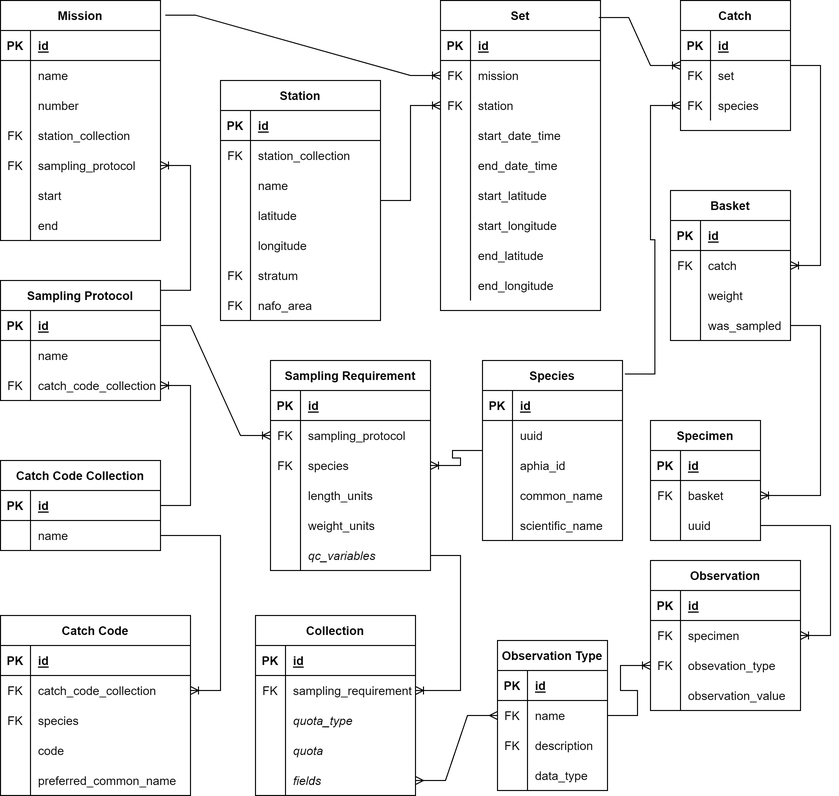
Earlier version of the draw.io export ANDES-TechReport-EN/figures/erd_ecosystem_survey.png (dfo-gulf-science/ANDES-description-report-2023). Source tidied: cells renumbered, new cells last; positions are measured from the earlier drawing's top-left corner, leaving out a move shared by most shapes.
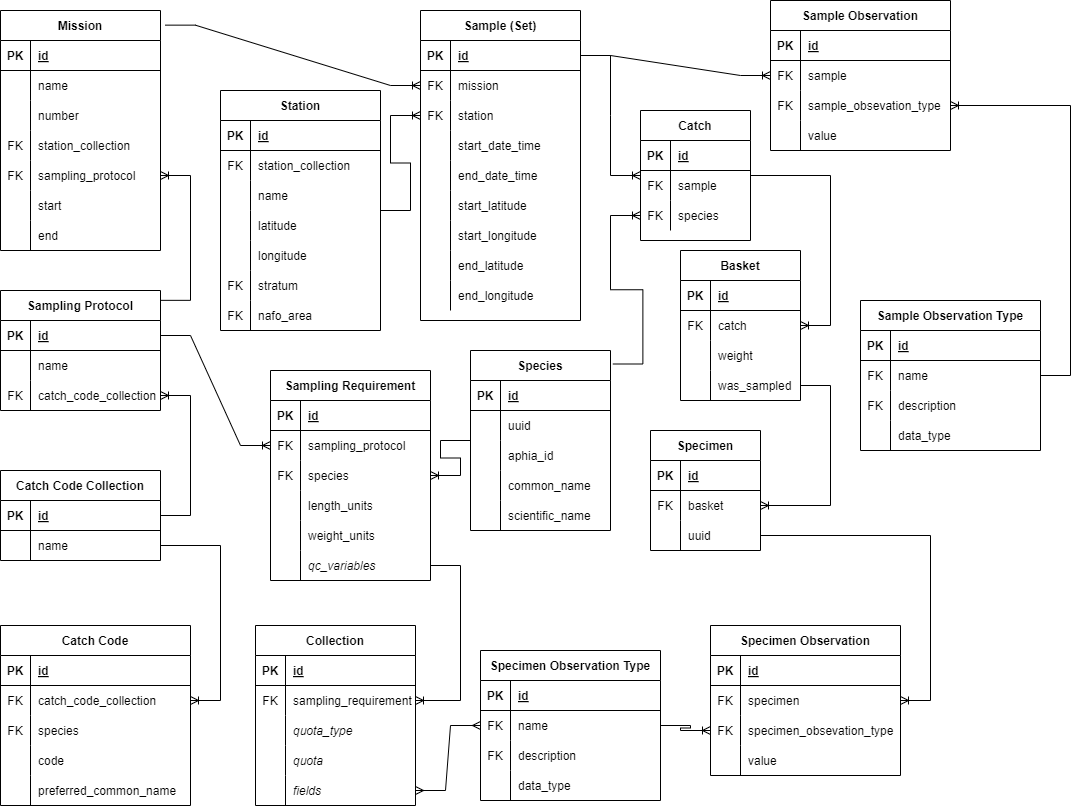
The same file after the commit.

Change to the diagram source:
```diff
@@ -5,8 +5,8 @@
     <mxCell id="2" style="fontSize=12;html=1;endArrow=ERoneToMany;rounded=0;elbow=vertical;edgeStyle=entityRelationEdgeStyle;entryX=0;entryY=0.5;entryDx=0;entryDy=0;exitX=1.03;exitY=0.061;exitDx=0;exitDy=0;exitPerimeter=0;" parent="1" edge="1" source="44" target="7">
       <mxGeometry relative="1" as="geometry" />
     </mxCell>
-    <mxCell id="3" value="Set" style="shape=table;startSize=30;rowLines=0;fontStyle=1;align=center;" parent="1" vertex="1">
-      <mxGeometry x="440" width="160" height="310" as="geometry" />
+    <mxCell id="3" value="Sample (Set)" style="shape=table;startSize=30;rowLines=0;fontStyle=1;align=center;" parent="1" vertex="1">
+      <mxGeometry x="420" width="160" height="310" as="geometry" />
     </mxCell>
     <mxCell id="4" style="shape=partialRectangle;fillColor=none;points=[[0,0.5],[1,0.5]];portConstraint=eastwest;top=0;left=0;right=0;bottom=1;" parent="3" vertex="1">
       <mxGeometry y="30" width="160" height="30" as="geometry" />
@@ -90,7 +90,7 @@
       <mxGeometry x="30" width="130" height="30" as="geometry" />
     </mxCell>
     <mxCell id="31" value="Basket" style="shape=table;startSize=30;rowLines=0;fontStyle=1;align=center;" parent="1" vertex="1">
-      <mxGeometry x="670" y="190" width="120" height="150" as="geometry" />
+      <mxGeometry x="680" y="240" width="120" height="150" as="geometry" />
     </mxCell>
     <mxCell id="32" style="shape=partialRectangle;fillColor=none;top=0;left=0;right=0;bottom=1;" parent="31" vertex="1">
       <mxGeometry y="30" width="120" height="30" as="geometry" />
@@ -225,7 +225,7 @@
       <mxGeometry x="30" width="80" height="30" as="geometry" />
     </mxCell>
     <mxCell id="76" value="Catch" style="shape=table;startSize=30;rowLines=0;fontStyle=1;align=center;" parent="1" vertex="1">
-      <mxGeometry x="680" width="110" height="130" as="geometry" />
+      <mxGeometry x="640" y="100" width="110" height="130" as="geometry" />
     </mxCell>
     <mxCell id="77" style="shape=partialRectangle;fillColor=none;top=0;left=0;right=0;bottom=1;" parent="76" vertex="1">
       <mxGeometry y="30" width="110" height="30" as="geometry" />
@@ -242,7 +242,7 @@
     <mxCell id="81" value="FK" style="shape=partialRectangle;overflow=hidden;fillColor=none;top=0;left=0;bottom=0;right=0;" parent="80" vertex="1">
       <mxGeometry width="30" height="30" as="geometry" />
     </mxCell>
-    <mxCell id="82" value="set" style="shape=partialRectangle;overflow=hidden;fillColor=none;top=0;left=0;bottom=0;right=0;align=left;spacingLeft=6;" parent="80" vertex="1">
+    <mxCell id="82" value="sample" style="shape=partialRectangle;overflow=hidden;fillColor=none;top=0;left=0;bottom=0;right=0;align=left;spacingLeft=6;" parent="80" vertex="1">
       <mxGeometry x="30" width="80" height="30" as="geometry" />
     </mxCell>
     <mxCell id="83" style="shape=partialRectangle;fillColor=none;points=[[0,0.5],[1,0.5]];portConstraint=eastwest;top=0;left=0;right=0;bottom=0;" parent="76" vertex="1">
@@ -254,44 +254,44 @@
     <mxCell id="85" value="species" style="shape=partialRectangle;overflow=hidden;fillColor=none;top=0;left=0;bottom=0;right=0;align=left;spacingLeft=6;" parent="83" vertex="1">
       <mxGeometry x="30" width="80" height="30" as="geometry" />
     </mxCell>
-    <mxCell id="86" value="Observation" style="shape=table;startSize=30;rowLines=0;fontStyle=1;align=center;" parent="1" vertex="1">
-      <mxGeometry x="650" y="560" width="150" height="150" as="geometry" />
+    <mxCell id="86" value="Specimen Observation" style="shape=table;startSize=30;rowLines=0;fontStyle=1;align=center;" parent="1" vertex="1">
+      <mxGeometry x="710" y="615" width="190" height="150" as="geometry" />
     </mxCell>
     <mxCell id="87" style="shape=partialRectangle;fillColor=none;top=0;left=0;right=0;bottom=1;" parent="86" vertex="1">
-      <mxGeometry y="30" width="150" height="30" as="geometry" />
+      <mxGeometry y="30" width="190" height="30" as="geometry" />
     </mxCell>
     <mxCell id="88" value="PK" style="shape=partialRectangle;overflow=hidden;fillColor=none;top=0;left=0;bottom=0;right=0;fontStyle=1;" parent="87" vertex="1">
       <mxGeometry width="30" height="30" as="geometry" />
     </mxCell>
     <mxCell id="89" value="id" style="shape=partialRectangle;overflow=hidden;fillColor=none;top=0;left=0;bottom=0;right=0;align=left;spacingLeft=6;fontStyle=5;" parent="87" vertex="1">
-      <mxGeometry x="30" width="120" height="30" as="geometry" />
+      <mxGeometry x="30" width="160" height="30" as="geometry" />
     </mxCell>
     <mxCell id="90" style="shape=partialRectangle;fillColor=none;top=0;left=0;right=0;bottom=0;" parent="86" vertex="1">
-      <mxGeometry y="60" width="150" height="30" as="geometry" />
+      <mxGeometry y="60" width="190" height="30" as="geometry" />
     </mxCell>
     <mxCell id="91" value="FK" style="shape=partialRectangle;overflow=hidden;fillColor=none;top=0;left=0;bottom=0;right=0;" parent="90" vertex="1">
       <mxGeometry width="30" height="30" as="geometry" />
     </mxCell>
     <mxCell id="92" value="specimen" style="shape=partialRectangle;overflow=hidden;fillColor=none;top=0;left=0;bottom=0;right=0;align=left;spacingLeft=6;" parent="90" vertex="1">
-      <mxGeometry x="30" width="120" height="30" as="geometry" />
+      <mxGeometry x="30" width="160" height="30" as="geometry" />
     </mxCell>
     <mxCell id="93" style="shape=partialRectangle;fillColor=none;points=[[0,0.5],[1,0.5]];portConstraint=eastwest;top=0;left=0;right=0;bottom=0;" parent="86" vertex="1">
-      <mxGeometry y="90" width="150" height="30" as="geometry" />
+      <mxGeometry y="90" width="190" height="30" as="geometry" />
     </mxCell>
     <mxCell id="94" value="FK" style="shape=partialRectangle;overflow=hidden;fillColor=none;top=0;left=0;bottom=0;right=0;" parent="93" vertex="1">
       <mxGeometry width="30" height="30" as="geometry" />
     </mxCell>
-    <mxCell id="95" value="obsevation_type" style="shape=partialRectangle;overflow=hidden;fillColor=none;top=0;left=0;bottom=0;right=0;align=left;spacingLeft=6;" parent="93" vertex="1">
-      <mxGeometry x="30" width="120" height="30" as="geometry" />
+    <mxCell id="95" value="specimen_obsevation_type" style="shape=partialRectangle;overflow=hidden;fillColor=none;top=0;left=0;bottom=0;right=0;align=left;spacingLeft=6;" parent="93" vertex="1">
+      <mxGeometry x="30" width="160" height="30" as="geometry" />
     </mxCell>
     <mxCell id="96" style="shape=partialRectangle;fillColor=none;top=0;left=0;right=0;bottom=0;" parent="86" vertex="1">
-      <mxGeometry y="120" width="150" height="30" as="geometry" />
+      <mxGeometry y="120" width="190" height="30" as="geometry" />
     </mxCell>
     <mxCell id="97" style="shape=partialRectangle;overflow=hidden;fillColor=none;top=0;left=0;bottom=0;right=0;" parent="96" vertex="1">
       <mxGeometry width="30" height="30" as="geometry" />
     </mxCell>
-    <mxCell id="98" value="observation_value" style="shape=partialRectangle;overflow=hidden;fillColor=none;top=0;left=0;bottom=0;right=0;align=left;spacingLeft=6;" parent="96" vertex="1">
-      <mxGeometry x="30" width="120" height="30" as="geometry" />
+    <mxCell id="98" value="value" style="shape=partialRectangle;overflow=hidden;fillColor=none;top=0;left=0;bottom=0;right=0;align=left;spacingLeft=6;" parent="96" vertex="1">
+      <mxGeometry x="30" width="160" height="30" as="geometry" />
     </mxCell>
     <mxCell id="99" value="Sampling Protocol" style="shape=table;startSize=30;rowLines=0;fontStyle=1;align=center;" parent="1" vertex="1">
       <mxGeometry y="280" width="160" height="120" as="geometry" />
@@ -428,44 +428,44 @@
     <mxCell id="143" value="fields" style="shape=partialRectangle;overflow=hidden;fillColor=none;top=0;left=0;bottom=0;right=0;align=left;spacingLeft=6;fontStyle=2;" parent="141" vertex="1">
       <mxGeometry x="30" width="130" height="30" as="geometry" />
     </mxCell>
-    <mxCell id="144" value="Observation Type" style="shape=table;startSize=30;rowLines=0;fontStyle=1;align=center;" parent="1" vertex="1">
-      <mxGeometry x="497" y="640" width="110" height="150" as="geometry" />
+    <mxCell id="144" value="Specimen Observation Type" style="shape=table;startSize=30;rowLines=0;fontStyle=1;align=center;" parent="1" vertex="1">
+      <mxGeometry x="480" y="640" width="180" height="150" as="geometry" />
     </mxCell>
     <mxCell id="145" style="shape=partialRectangle;fillColor=none;top=0;left=0;right=0;bottom=1;" parent="144" vertex="1">
-      <mxGeometry y="30" width="110" height="30" as="geometry" />
+      <mxGeometry y="30" width="180" height="30" as="geometry" />
     </mxCell>
     <mxCell id="146" value="PK" style="shape=partialRectangle;overflow=hidden;fillColor=none;top=0;left=0;bottom=0;right=0;fontStyle=1;" parent="145" vertex="1">
       <mxGeometry width="30" height="30" as="geometry" />
     </mxCell>
     <mxCell id="147" value="id" style="shape=partialRectangle;overflow=hidden;fillColor=none;top=0;left=0;bottom=0;right=0;align=left;spacingLeft=6;fontStyle=5;" parent="145" vertex="1">
-      <mxGeometry x="30" width="80" height="30" as="geometry" />
+      <mxGeometry x="30" width="150" height="30" as="geometry" />
     </mxCell>
     <mxCell id="148" style="shape=partialRectangle;fillColor=none;top=0;left=0;right=0;bottom=0;" parent="144" vertex="1">
-      <mxGeometry y="60" width="110" height="30" as="geometry" />
+      <mxGeometry y="60" width="180" height="30" as="geometry" />
     </mxCell>
     <mxCell id="149" value="FK" style="shape=partialRectangle;overflow=hidden;fillColor=none;top=0;left=0;bottom=0;right=0;" parent="148" vertex="1">
       <mxGeometry width="30" height="30" as="geometry" />
     </mxCell>
     <mxCell id="150" value="name" style="shape=partialRectangle;overflow=hidden;fillColor=none;top=0;left=0;bottom=0;right=0;align=left;spacingLeft=6;" parent="148" vertex="1">
-      <mxGeometry x="30" width="80" height="30" as="geometry" />
+      <mxGeometry x="30" width="150" height="30" as="geometry" />
     </mxCell>
     <mxCell id="151" style="shape=partialRectangle;fillColor=none;top=0;left=0;right=0;bottom=0;" parent="144" vertex="1">
-      <mxGeometry y="90" width="110" height="30" as="geometry" />
+      <mxGeometry y="90" width="180" height="30" as="geometry" />
     </mxCell>
     <mxCell id="152" value="FK" style="shape=partialRectangle;overflow=hidden;fillColor=none;top=0;left=0;bottom=0;right=0;" parent="151" vertex="1">
       <mxGeometry width="30" height="30" as="geometry" />
     </mxCell>
     <mxCell id="153" value="description" style="shape=partialRectangle;overflow=hidden;fillColor=none;top=0;left=0;bottom=0;right=0;align=left;spacingLeft=6;" parent="151" vertex="1">
-      <mxGeometry x="30" width="80" height="30" as="geometry" />
+      <mxGeometry x="30" width="150" height="30" as="geometry" />
     </mxCell>
     <mxCell id="154" style="shape=partialRectangle;fillColor=none;top=0;left=0;right=0;bottom=0;" parent="144" vertex="1">
-      <mxGeometry y="120" width="110" height="30" as="geometry" />
+      <mxGeometry y="120" width="180" height="30" as="geometry" />
     </mxCell>
     <mxCell id="155" style="shape=partialRectangle;overflow=hidden;fillColor=none;top=0;left=0;bottom=0;right=0;" parent="154" vertex="1">
       <mxGeometry width="30" height="30" as="geometry" />
     </mxCell>
     <mxCell id="156" value="data_type" style="shape=partialRectangle;overflow=hidden;fillColor=none;top=0;left=0;bottom=0;right=0;align=left;spacingLeft=6;" parent="154" vertex="1">
-      <mxGeometry x="30" width="80" height="30" as="geometry" />
+      <mxGeometry x="30" width="150" height="30" as="geometry" />
     </mxCell>
     <mxCell id="157" value="Catch Code Collection" style="shape=table;startSize=30;rowLines=0;fontStyle=1;align=center;" parent="1" vertex="1">
       <mxGeometry y="460" width="160" height="90" as="geometry" />
@@ -536,7 +536,7 @@
     <mxCell id="179" value="preferred_common_name" style="shape=partialRectangle;overflow=hidden;fillColor=none;top=0;left=0;bottom=0;right=0;align=left;spacingLeft=6;fontStyle=0;" parent="177" vertex="1">
       <mxGeometry x="30" width="160" height="30" as="geometry" />
     </mxCell>
-    <mxCell id="180" style="fontSize=12;html=1;endArrow=ERoneToMany;rounded=0;elbow=vertical;edgeStyle=entityRelationEdgeStyle;exitX=0.989;exitY=0.055;exitDx=0;exitDy=0;exitPerimeter=0;" parent="1" edge="1" source="3" target="76">
+    <mxCell id="180" style="fontSize=12;html=1;endArrow=ERoneToMany;rounded=0;elbow=vertical;edgeStyle=entityRelationEdgeStyle;exitX=1;exitY=0.5;exitDx=0;exitDy=0;" parent="1" edge="1" source="4" target="76">
       <mxGeometry relative="1" as="geometry" />
     </mxCell>
     <mxCell id="181" style="fontSize=12;html=1;endArrow=ERoneToMany;rounded=0;elbow=vertical;edgeStyle=entityRelationEdgeStyle;" parent="1" edge="1" source="76" target="31">
@@ -573,7 +573,7 @@
       <mxGeometry relative="1" as="geometry" />
     </mxCell>
     <mxCell id="192" value="Species" style="shape=table;startSize=30;rowLines=0;fontStyle=1;align=center;" parent="1" vertex="1">
-      <mxGeometry x="482" y="360" width="140" height="180" as="geometry" />
+      <mxGeometry x="470" y="340" width="140" height="180" as="geometry" />
     </mxCell>
     <mxCell id="193" style="shape=partialRectangle;fillColor=none;top=0;left=0;right=0;bottom=1;" parent="192" vertex="1">
       <mxGeometry y="30" width="140" height="30" as="geometry" />
@@ -692,5 +692,103 @@
     <mxCell id="231" value="nafo_area" style="shape=partialRectangle;overflow=hidden;fillColor=none;top=0;left=0;bottom=0;right=0;align=left;spacingLeft=6;" parent="229" vertex="1">
       <mxGeometry x="30" width="130" height="30" as="geometry" />
     </mxCell>
+    <mxCell id="232" value="Sample Observation Type" style="shape=table;startSize=30;rowLines=0;fontStyle=1;align=center;" parent="1" vertex="1">
+      <mxGeometry x="860" y="290" width="180" height="150" as="geometry" />
+    </mxCell>
+    <mxCell id="233" style="shape=partialRectangle;fillColor=none;top=0;left=0;right=0;bottom=1;" parent="232" vertex="1">
+      <mxGeometry y="30" width="180" height="30" as="geometry" />
+    </mxCell>
+    <mxCell id="234" value="PK" style="shape=partialRectangle;overflow=hidden;fillColor=none;top=0;left=0;bottom=0;right=0;fontStyle=1;" parent="233" vertex="1">
+      <mxGeometry width="30" height="30" as="geometry" />
+    </mxCell>
+    <mxCell id="235" value="id" style="shape=partialRectangle;overflow=hidden;fillColor=none;top=0;left=0;bottom=0;right=0;align=left;spacingLeft=6;fontStyle=5;" parent="233" vertex="1">
+      <mxGeometry x="30" width="150" height="30" as="geometry" />
+    </mxCell>
+    <mxCell id="236" style="shape=partialRectangle;fillColor=none;top=0;left=0;right=0;bottom=0;" parent="232" vertex="1">
+      <mxGeometry y="60" width="180" height="30" as="geometry" />
+    </mxCell>
+    <mxCell id="237" value="FK" style="shape=partialRectangle;overflow=hidden;fillColor=none;top=0;left=0;bottom=0;right=0;" parent="236" vertex="1">
+      <mxGeometry width="30" height="30" as="geometry" />
+    </mxCell>
+    <mxCell id="238" value="name" style="shape=partialRectangle;overflow=hidden;fillColor=none;top=0;left=0;bottom=0;right=0;align=left;spacingLeft=6;" parent="236" vertex="1">
+      <mxGeometry x="30" width="150" height="30" as="geometry" />
+    </mxCell>
+    <mxCell id="239" style="shape=partialRectangle;fillColor=none;top=0;left=0;right=0;bottom=0;" parent="232" vertex="1">
+      <mxGeometry y="90" width="180" height="30" as="geometry" />
+    </mxCell>
+    <mxCell id="240" value="FK" style="shape=partialRectangle;overflow=hidden;fillColor=none;top=0;left=0;bottom=0;right=0;" parent="239" vertex="1">
+      <mxGeometry width="30" height="30" as="geometry" />
+    </mxCell>
+    <mxCell id="241" value="description" style="shape=partialRectangle;overflow=hidden;fillColor=none;top=0;left=0;bottom=0;right=0;align=left;spacingLeft=6;" parent="239" vertex="1">
+      <mxGeometry x="30" width="150" height="30" as="geometry" />
+    </mxCell>
+    <mxCell id="242" style="shape=partialRectangle;fillColor=none;top=0;left=0;right=0;bottom=0;" parent="232" vertex="1">
+      <mxGeometry y="120" width="180" height="30" as="geometry" />
+    </mxCell>
+    <mxCell id="243" style="shape=partialRectangle;overflow=hidden;fillColor=none;top=0;left=0;bottom=0;right=0;" parent="242" vertex="1">
+      <mxGeometry width="30" height="30" as="geometry" />
+    </mxCell>
+    <mxCell id="244" value="data_type" style="shape=partialRectangle;overflow=hidden;fillColor=none;top=0;left=0;bottom=0;right=0;align=left;spacingLeft=6;" parent="242" vertex="1">
+      <mxGeometry x="30" width="150" height="30" as="geometry" />
+    </mxCell>
+    <mxCell id="245" value="Sample Observation" style="shape=table;startSize=30;rowLines=0;fontStyle=1;align=center;" parent="1" vertex="1">
+      <mxGeometry x="770" y="-10" width="180" height="150" as="geometry" />
+    </mxCell>
+    <mxCell id="246" style="shape=partialRectangle;fillColor=none;top=0;left=0;right=0;bottom=1;" parent="245" vertex="1">
+      <mxGeometry y="30" width="180" height="30" as="geometry" />
+    </mxCell>
+    <mxCell id="247" value="PK" style="shape=partialRectangle;overflow=hidden;fillColor=none;top=0;left=0;bottom=0;right=0;fontStyle=1;" parent="246" vertex="1">
+      <mxGeometry width="30" height="30" as="geometry" />
+    </mxCell>
+    <mxCell id="248" value="id" style="shape=partialRectangle;overflow=hidden;fillColor=none;top=0;left=0;bottom=0;right=0;align=left;spacingLeft=6;fontStyle=5;" parent="246" vertex="1">
+      <mxGeometry x="30" width="150" height="30" as="geometry" />
+    </mxCell>
+    <mxCell id="249" style="shape=partialRectangle;fillColor=none;points=[[0,0.5],[1,0.5]];portConstraint=eastwest;top=0;left=0;right=0;bottom=0;" parent="245" vertex="1">
+      <mxGeometry y="60" width="180" height="30" as="geometry" />
+    </mxCell>
+    <mxCell id="250" value="FK" style="shape=partialRectangle;overflow=hidden;fillColor=none;top=0;left=0;bottom=0;right=0;" parent="249" vertex="1">
+      <mxGeometry width="30" height="30" as="geometry" />
+    </mxCell>
+    <mxCell id="251" value="sample" style="shape=partialRectangle;overflow=hidden;fillColor=none;top=0;left=0;bottom=0;right=0;align=left;spacingLeft=6;" parent="249" vertex="1">
+      <mxGeometry x="30" width="150" height="30" as="geometry" />
+    </mxCell>
+    <mxCell id="252" style="shape=partialRectangle;fillColor=none;points=[[0,0.5],[1,0.5]];portConstraint=eastwest;top=0;left=0;right=0;bottom=0;" parent="245" vertex="1">
+      <mxGeometry y="90" width="180" height="30" as="geometry" />
+    </mxCell>
+    <mxCell id="253" value="FK" style="shape=partialRectangle;overflow=hidden;fillColor=none;top=0;left=0;bottom=0;right=0;" parent="252" vertex="1">
+      <mxGeometry width="30" height="30" as="geometry" />
+    </mxCell>
+    <mxCell id="254" value="sample_obsevation_type" style="shape=partialRectangle;overflow=hidden;fillColor=none;top=0;left=0;bottom=0;right=0;align=left;spacingLeft=6;" parent="252" vertex="1">
+      <mxGeometry x="30" width="150" height="30" as="geometry" />
+    </mxCell>
+    <mxCell id="255" style="shape=partialRectangle;fillColor=none;top=0;left=0;right=0;bottom=0;" parent="245" vertex="1">
+      <mxGeometry y="120" width="180" height="30" as="geometry" />
+    </mxCell>
+    <mxCell id="256" style="shape=partialRectangle;overflow=hidden;fillColor=none;top=0;left=0;bottom=0;right=0;" parent="255" vertex="1">
+      <mxGeometry width="30" height="30" as="geometry" />
+    </mxCell>
+    <mxCell id="257" value="value" style="shape=partialRectangle;overflow=hidden;fillColor=none;top=0;left=0;bottom=0;right=0;align=left;spacingLeft=6;" parent="255" vertex="1">
+      <mxGeometry x="30" width="150" height="30" as="geometry" />
+    </mxCell>
+    <mxCell id="258" style="fontSize=12;html=1;endArrow=ERoneToMany;rounded=0;elbow=vertical;edgeStyle=entityRelationEdgeStyle;entryX=1;entryY=0.5;entryDx=0;entryDy=0;" parent="1" edge="1" source="232" target="252">
+      <mxGeometry relative="1" as="geometry">
+        <Array as="points">
+          <mxPoint x="1030" y="180" />
+          <mxPoint x="1040" y="220" />
+          <mxPoint x="1070" y="140" />
+          <mxPoint x="1020" y="160" />
+        </Array>
+      </mxGeometry>
+    </mxCell>
+    <mxCell id="259" style="fontSize=12;html=1;endArrow=ERoneToMany;rounded=0;elbow=vertical;edgeStyle=entityRelationEdgeStyle;entryX=0;entryY=0.5;entryDx=0;entryDy=0;" parent="1" edge="1" source="4" target="249">
+      <mxGeometry relative="1" as="geometry">
+        <Array as="points">
+          <mxPoint x="1080" y="150" />
+          <mxPoint x="820" y="-10" />
+          <mxPoint x="830" y="-1" />
+          <mxPoint x="820" y="-1" />
+        </Array>
+      </mxGeometry>
+    </mxCell>
   </root>
 </mxGraphModel>
```
